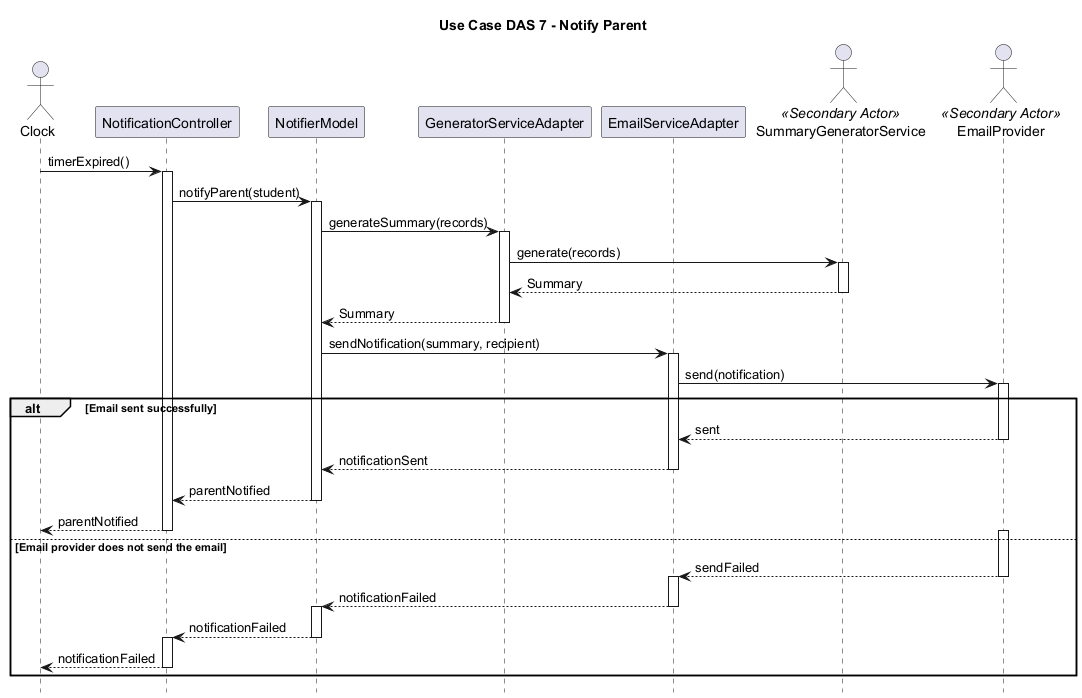
Bwooonggg/ESC-C2T5 keeps this PlantUML diagram as DAS_7/backend/docs/sequenceDiagram7_2.png. Above is the earlier version.
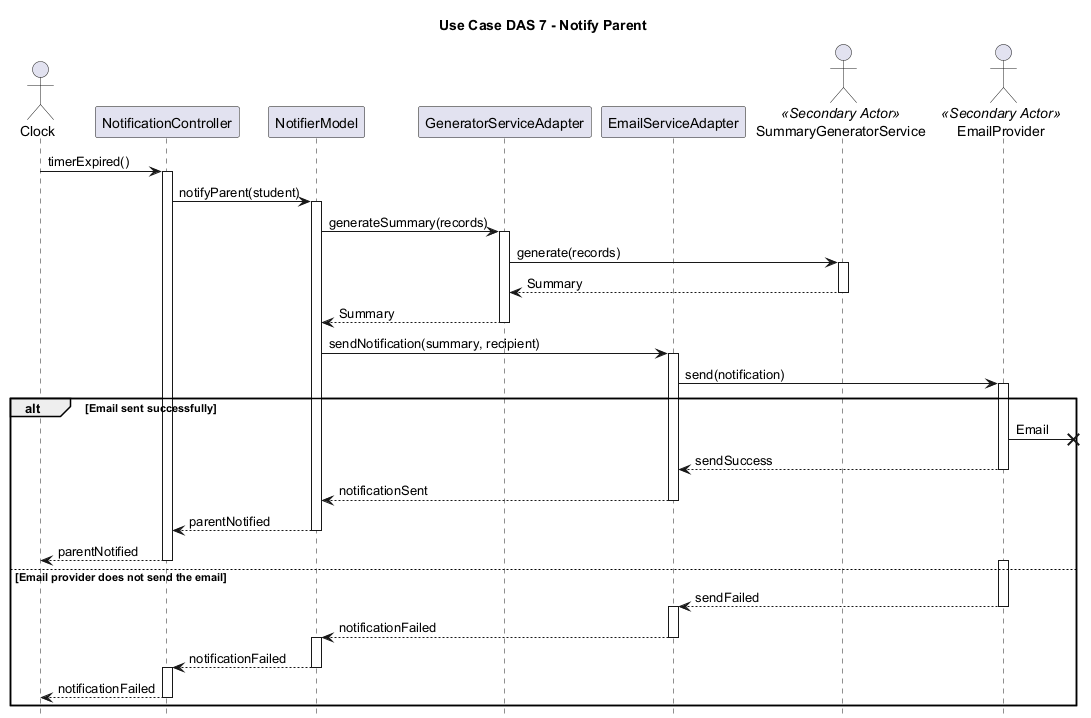
Above is the later version.

Commit message:
docs(DAS7 backend): updated sequence diagrams

The edit, as a diff of the source:
```diff
@@ -31,7 +31,8 @@
 activate EmailProvider
 
 alt Email sent successfully
-  EmailProvider --> EmailServiceAdapter -- : sent
+  EmailProvider ->x] : Email
+  EmailProvider --> EmailServiceAdapter -- : sendSuccess
   EmailServiceAdapter --> NotifierModel -- : notificationSent
   NotifierModel --> NotificationController -- : parentNotified
   NotificationController --> Clock -- : parentNotified
```
